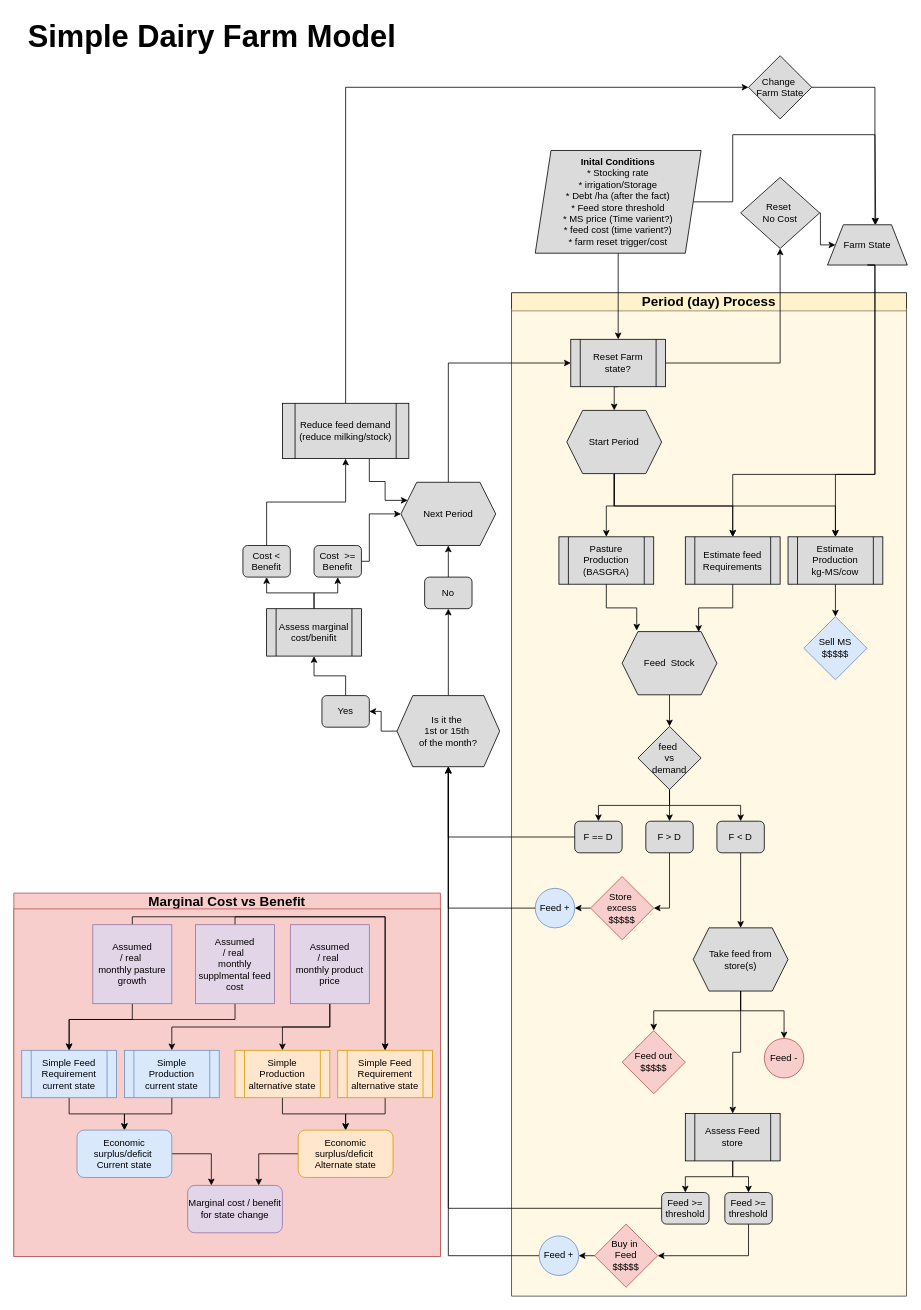
This is docs_build/_static/farm_model_flow_chart_v2.drawio from Komanawa/komanawa-simple-farm-model, a draw.io file, before an edit. Source tidied: cells renumbered, new cells numbered last; positions are measured from the earlier drawing's top-left corner, leaving out a move shared by most shapes. Both pictures are drawn from the tidied source at 79%, with x=0, y=0 at pixel (13, 13).
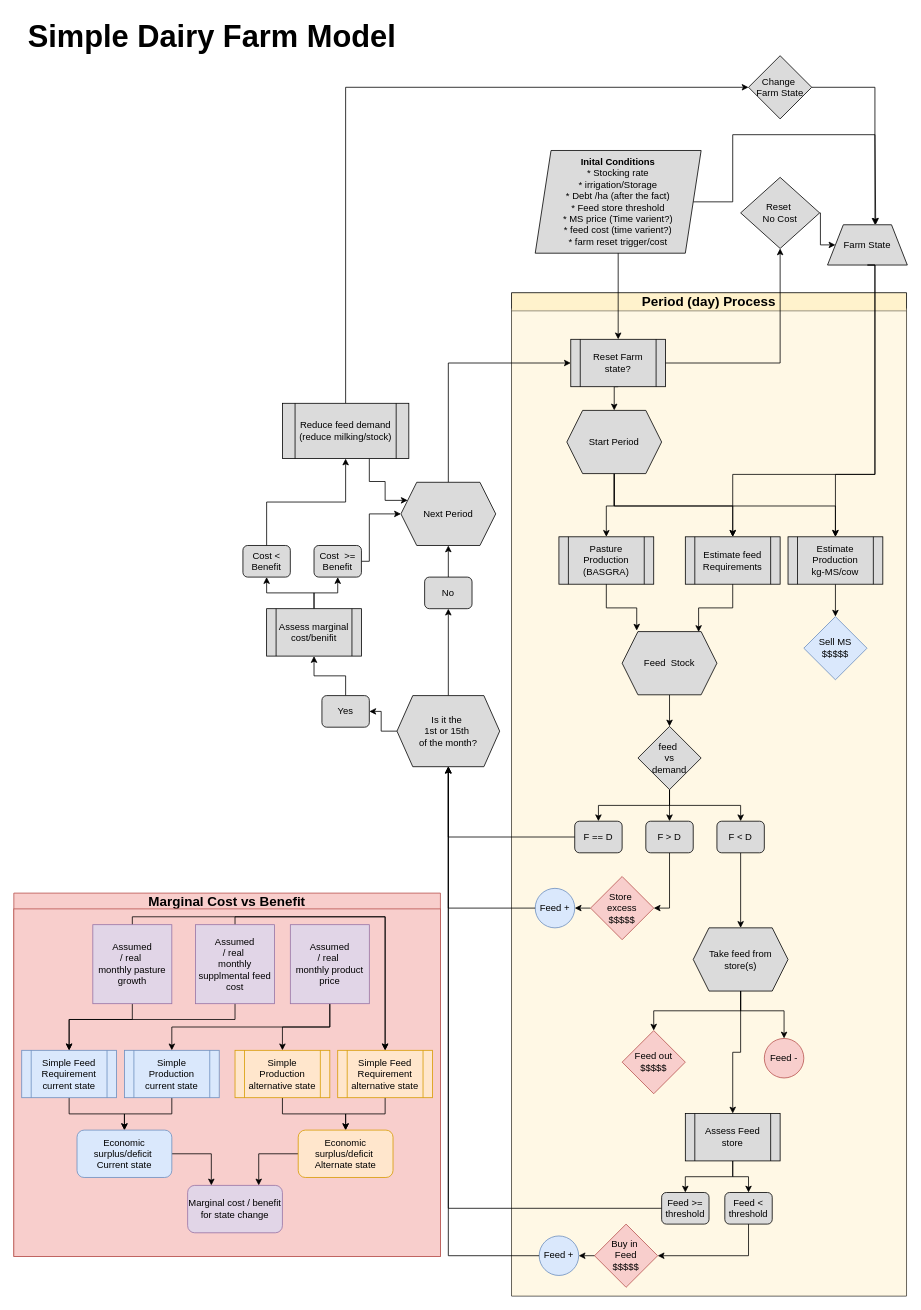
The same page after the edit.

Commit message (it also covers changes not shown here):
start playing with dairy model

The change refers to these unchanged cells:
```xml
<mxCell id="10" value="&lt;font style=&quot;font-size: 17px;&quot;&gt;Period (day) Process&lt;/font&gt;" style="swimlane;whiteSpace=wrap;html=1;fillColor=#fff2cc;strokeColor=default;gradientColor=none;swimlaneLine=1;rounded=0;shadow=0;glass=0;backgroundOutline=0;" parent="1" vertex="1">
  <mxGeometry x="630" y="353" width="500" height="1270" as="geometry" />
</mxCell>
```

What changed in the source:
```diff
@@
-    <mxCell id="45" value="Feed &amp;gt;= threshold" style="rounded=1;whiteSpace=wrap;html=1;fillColor=#DBDBDB;" parent="10" vertex="1">
+    <mxCell id="45" value="Feed &amp;lt; threshold" style="rounded=1;whiteSpace=wrap;html=1;fillColor=#DBDBDB;" parent="10" vertex="1">
       <mxGeometry x="270" y="1139" width="60" height="40" as="geometry" />
     </mxCell>
```
